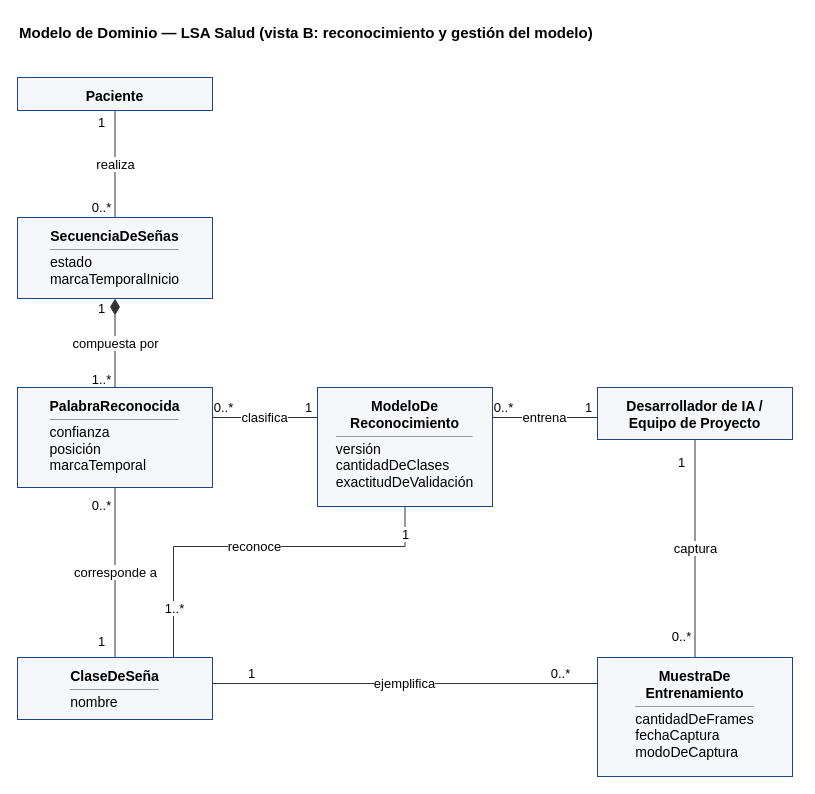
Above: docs/diagramas/dominio/01_modelo_dominio_b.drawio in santinohamada/Nexora (draw.io), before the change. Source tidied: cells renumbered, new cells numbered last; positions are measured from the earlier drawing's top-left corner, leaving out a move shared by most shapes. Both pictures are drawn from the tidied source at 100%, with x=0, y=0 at pixel (17, 17).
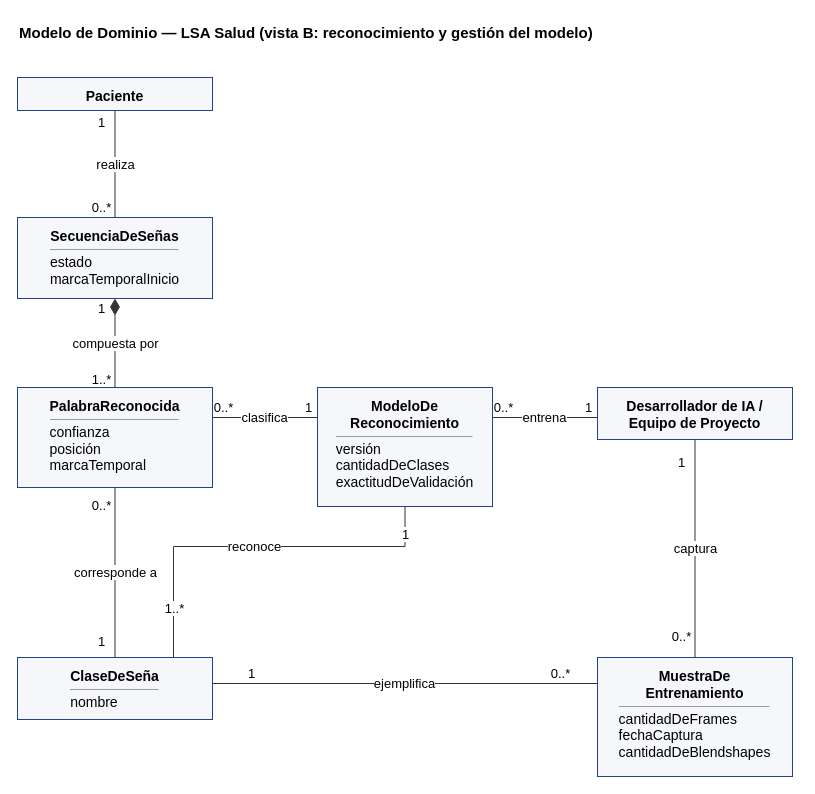
The same page after the edit.

Change to the diagram source:
```diff
@@
-    <mxCell id="9" value="&lt;b&gt;MuestraDe&lt;br&gt;Entrenamiento&lt;/b&gt;&lt;hr size='1' style='margin:4px 0'/&gt;&lt;div align='left'&gt;cantidadDeFrames&lt;br&gt;fechaCaptura&lt;br&gt;modoDeCaptura&lt;/div&gt;" style="rounded=0;whiteSpace=wrap;html=1;fillColor=#F5F7FA;strokeColor=#1E448A;fontFamily=Helvetica;fontSize=14;verticalAlign=top;align=center;spacing=6;" parent="1" vertex="1">
+    <mxCell id="9" value="&lt;b&gt;MuestraDe&lt;br&gt;Entrenamiento&lt;/b&gt;&lt;hr size='1' style='margin:4px 0'/&gt;&lt;div align='left'&gt;cantidadDeFrames&lt;br&gt;fechaCaptura&lt;br&gt;cantidadDeBlendshapes&lt;/div&gt;" style="rounded=0;whiteSpace=wrap;html=1;fillColor=#F5F7FA;strokeColor=#1E448A;fontFamily=Helvetica;fontSize=14;verticalAlign=top;align=center;spacing=6;" parent="1" vertex="1">
       <mxGeometry x="580" y="640" width="195" height="119" as="geometry" />
     </mxCell>
```
